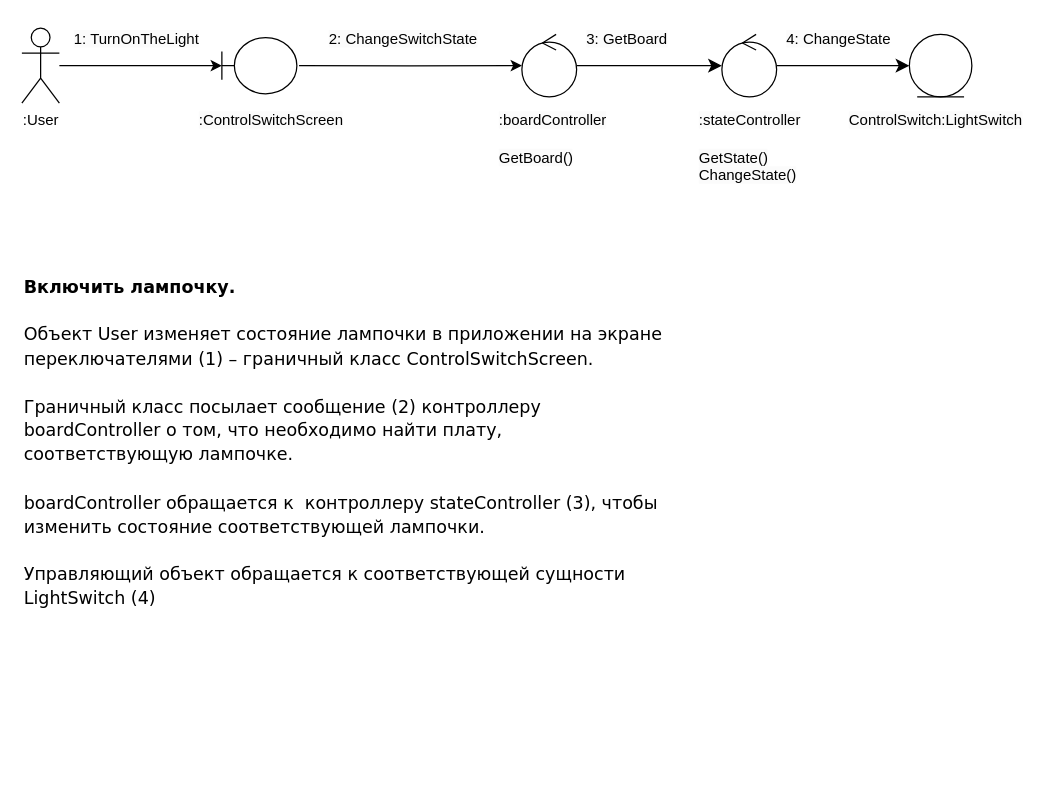
Before: LAB2/DiagramAnalysis.drawio in tireks/OOAP, a draw.io diagram. Source tidied: cells renumbered, new cells numbered last; positions are measured from the earlier drawing's top-left corner, leaving out a move shared by most shapes. Both pictures are drawn from the tidied source at 125%, with x=0, y=0 at pixel (21, 21).
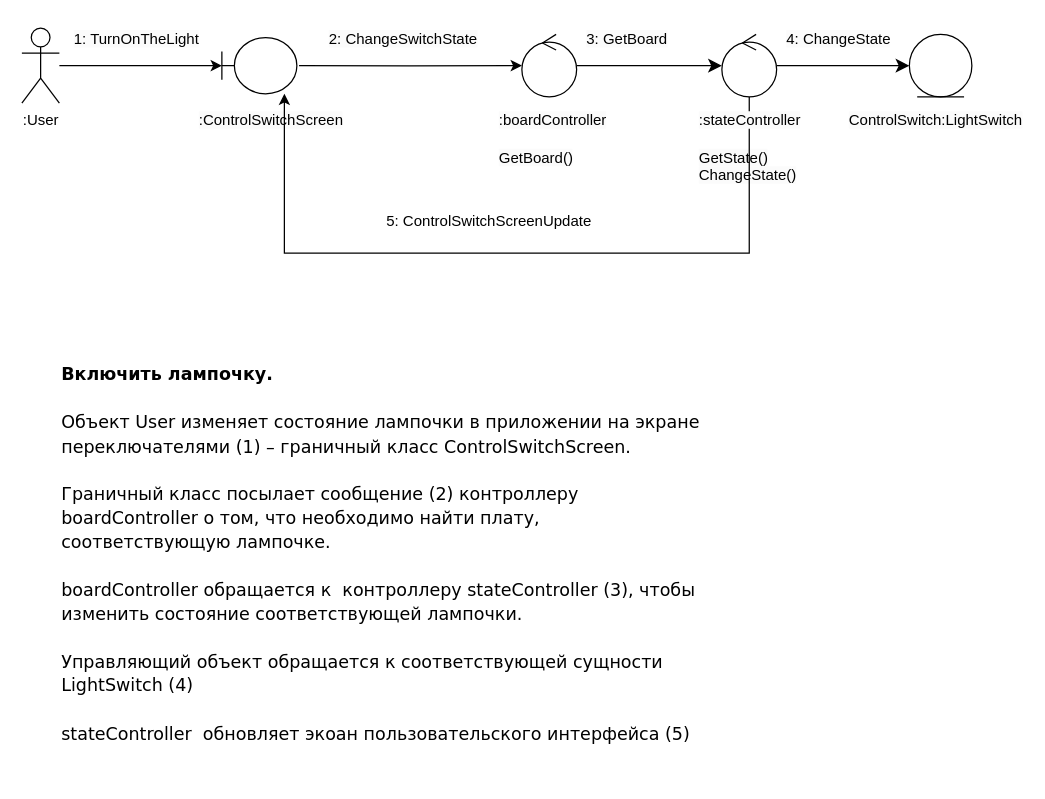
The same diagram, later.

Unchanged cells that the change refers to:
```xml
<mxCell id="4" style="shape=umlBoundary;whiteSpace=wrap;html=1;" parent="1" vertex="1">
  <mxGeometry x="160" y="12.5" width="60" height="45" as="geometry" />
</mxCell>
<mxCell id="17" style="ellipse;shape=umlControl;whiteSpace=wrap;html=1;" parent="1" vertex="1">
  <mxGeometry x="560" y="10" width="43.8" height="50" as="geometry" />
</mxCell>
```

The edit, as a diff of the source:
```diff
@@
+    <mxCell id="21" value="&lt;font style=&quot;font-size: 14px;&quot;&gt;&lt;b&gt;Включить лампочку.&lt;/b&gt;&lt;br&gt;&lt;br&gt;Объект User изменяет состояние лампочки в приложении на экране переключателями (1) – граничный класс ControlSwitchScreen. &lt;br&gt;&lt;br&gt;Граничный класс посылает сообщение (2) контроллеру boardController о том, что необходимо найти плату, соответствующую лампочке.&lt;br&gt;&lt;br&gt;boardController обращается к&amp;nbsp; контроллеру stateController (3), чтобы изменить состояние соответствующей лампочки.&lt;br&gt;&lt;br&gt;Управляющий объект обращается к соответствующей сущности LightSwitch (4)&amp;nbsp;&lt;br&gt;&lt;br&gt;stateController &amp;nbsp;обновляет экоан пользовательского интерфейса (5)&lt;br&gt;&lt;/font&gt;" style="text;strokeColor=none;fillColor=none;html=1;align=left;verticalAlign=top;whiteSpace=wrap;rounded=0;fontSize=16;fontFamily=Verdana;" parent="1" vertex="1">
+      <mxGeometry x="30" y="265" width="520" height="340" as="geometry" />
+    </mxCell>
@@
+    <mxCell id="22" style="edgeStyle=orthogonalEdgeStyle;rounded=0;jettySize=auto;html=1;" parent="1" edge="1" source="17" target="4">
+      <mxGeometry relative="1" as="geometry">
+        <Array as="points">
+          <mxPoint x="582" y="185" />
+          <mxPoint x="210" y="185" />
+        </Array>
+      </mxGeometry>
+    </mxCell>
@@
-    <mxCell id="21" value="&lt;font style=&quot;font-size: 14px;&quot;&gt;&lt;b&gt;Включить лампочку.&lt;/b&gt;&lt;br&gt;&lt;br&gt;Объект User изменяет состояние лампочки в приложении на экране переключателями (1) – граничный класс ControlSwitchScreen. &lt;br&gt;&lt;br&gt;Граничный класс посылает сообщение (2) контроллеру boardController о том, что необходимо найти плату, соответствующую лампочке.&lt;br&gt;&lt;br&gt;boardController обращается к&amp;nbsp; контроллеру stateController (3), чтобы изменить состояние соответствующей лампочки.&lt;br&gt;&lt;br&gt;Управляющий объект обращается к соответствующей сущности LightSwitch (4)&amp;nbsp;&lt;/font&gt;" style="text;strokeColor=none;fillColor=none;html=1;align=left;verticalAlign=top;whiteSpace=wrap;rounded=0;fontSize=16;fontFamily=Verdana;" parent="1" vertex="1">
-      <mxGeometry y="195" width="520" height="250" as="geometry" />
-    </mxCell>
+    <mxCell id="23" value="5: ControlSwitchScreenUpdate" style="text;strokeColor=none;align=center;fillColor=none;html=1;verticalAlign=middle;whiteSpace=wrap;rounded=0;" parent="1" vertex="1">
+      <mxGeometry x="284" y="125" width="180" height="70" as="geometry" />
+    </mxCell>
```
